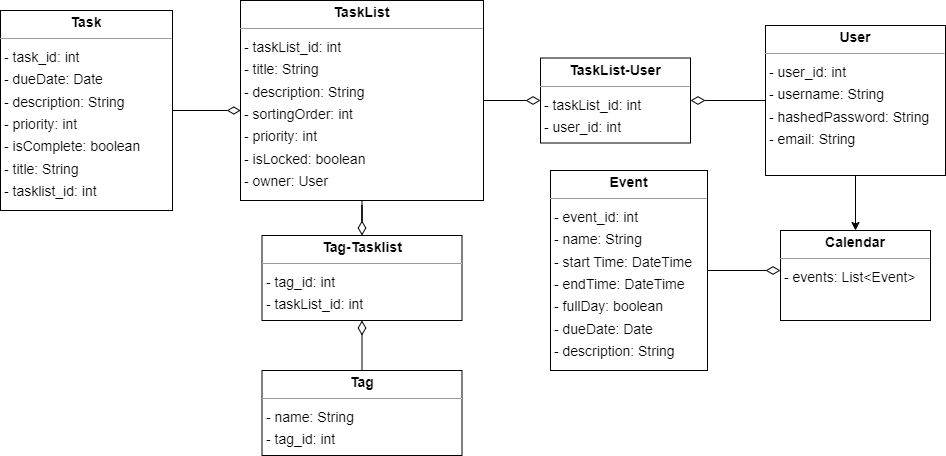
Before: pictures/Datenmodell.png, a diagram exported from draw.io (2324-syp-3ahif/Project-LAMP). Source tidied: cells renumbered, new cells last; positions are measured from the earlier drawing's top-left corner, leaving out a move shared by most shapes.
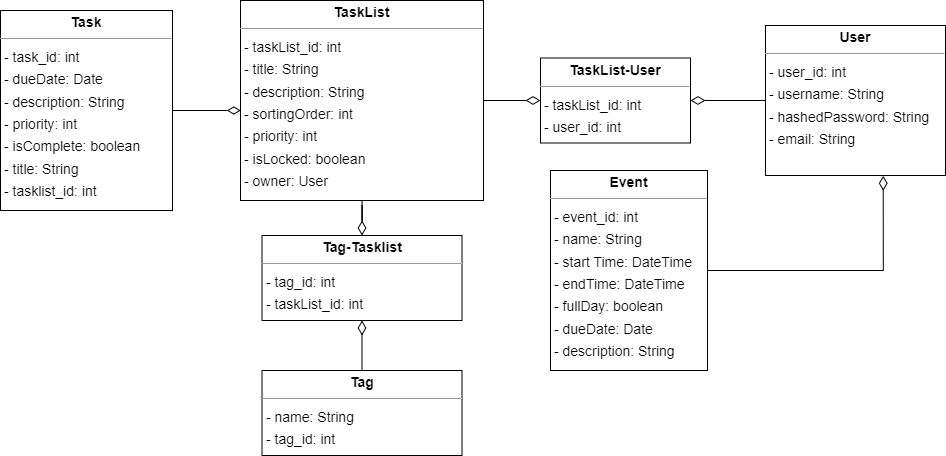
The same file after the commit.

Commit message:
fixed issue with data model

Change to the diagram source:
```diff
@@ -2,14 +2,6 @@
   <root>
     <mxCell id="0" />
     <mxCell id="1" parent="0" />
-    <mxCell id="2" value="&lt;p style=&quot;margin:0px;margin-top:4px;text-align:center;&quot;&gt;&lt;b&gt;Calendar&lt;/b&gt;&lt;/p&gt;&lt;hr size=&quot;1&quot;&gt;&lt;p style=&quot;margin:0 0 0 4px;line-height:1.6;&quot;&gt;&lt;/p&gt;&lt;p style=&quot;margin:0 0 0 4px;line-height:1.6;&quot;&gt;- events: List&amp;lt;Event&amp;gt;&lt;/p&gt;" style="verticalAlign=top;align=left;overflow=fill;fontSize=14;fontFamily=Helvetica;html=1;rounded=0;shadow=0;comic=0;labelBackgroundColor=none;strokeWidth=1;" parent="1" vertex="1">
-      <mxGeometry x="780" y="230" width="150" height="90" as="geometry" />
-    </mxCell>
-    <mxCell id="3" style="edgeStyle=orthogonalEdgeStyle;rounded=0;jettySize=auto;html=1;endArrow=diamondThin;endFill=0;endSize=12;" parent="1" edge="1" source="4">
-      <mxGeometry relative="1" as="geometry">
-        <mxPoint x="780" y="270" as="targetPoint" />
-      </mxGeometry>
-    </mxCell>
     <mxCell id="4" value="&lt;p style=&quot;margin:0px;margin-top:4px;text-align:center;&quot;&gt;&lt;b&gt;Event&lt;/b&gt;&lt;/p&gt;&lt;hr size=&quot;1&quot;&gt;&lt;p style=&quot;margin:0 0 0 4px;line-height:1.6;&quot;&gt;&lt;/p&gt;&lt;p style=&quot;margin:0 0 0 4px;line-height:1.6;&quot;&gt;- event_id: int&lt;/p&gt;&lt;p style=&quot;margin:0 0 0 4px;line-height:1.6;&quot;&gt;- name: String&lt;/p&gt;&lt;p style=&quot;margin:0 0 0 4px;line-height:1.6;&quot;&gt;- start Time: DateTime&lt;/p&gt;&lt;p style=&quot;margin:0 0 0 4px;line-height:1.6;&quot;&gt;- endTime: DateTime&lt;/p&gt;&lt;p style=&quot;margin:0 0 0 4px;line-height:1.6;&quot;&gt;- fullDay: boolean&lt;br&gt;- dueDate: Date&lt;br&gt;- description: String&lt;/p&gt;" style="verticalAlign=top;align=left;overflow=fill;fontSize=14;fontFamily=Helvetica;html=1;rounded=0;shadow=0;comic=0;labelBackgroundColor=none;strokeWidth=1;" parent="1" vertex="1">
       <mxGeometry x="550" y="170" width="157" height="200" as="geometry" />
     </mxCell>
@@ -34,9 +26,6 @@
     <mxCell id="11" style="edgeStyle=orthogonalEdgeStyle;rounded=0;jettySize=auto;html=1;endSize=12;endArrow=diamondThin;endFill=0;" parent="1" edge="1" source="13" target="16">
       <mxGeometry relative="1" as="geometry" />
     </mxCell>
-    <mxCell id="12" style="edgeStyle=orthogonalEdgeStyle;rounded=0;jettySize=auto;html=1;" parent="1" edge="1" source="13" target="2">
-      <mxGeometry relative="1" as="geometry" />
-    </mxCell>
     <mxCell id="13" value="&lt;p style=&quot;margin:0px;margin-top:4px;text-align:center;&quot;&gt;&lt;b&gt;User&lt;/b&gt;&lt;/p&gt;&lt;hr size=&quot;1&quot;&gt;&lt;p style=&quot;margin:0 0 0 4px;line-height:1.6;&quot;&gt;&lt;/p&gt;&lt;p style=&quot;margin:0 0 0 4px;line-height:1.6;&quot;&gt;- user_id: int&lt;br&gt;- username: String&lt;/p&gt;&lt;p style=&quot;margin:0 0 0 4px;line-height:1.6;&quot;&gt;- hashedPassword: String&lt;/p&gt;&lt;p style=&quot;margin:0 0 0 4px;line-height:1.6;&quot;&gt;- email: String&lt;/p&gt;" style="verticalAlign=top;align=left;overflow=fill;fontSize=14;fontFamily=Helvetica;html=1;rounded=0;shadow=0;comic=0;labelBackgroundColor=none;strokeWidth=1;" parent="1" vertex="1">
       <mxGeometry x="765" y="25" width="180" height="150" as="geometry" />
     </mxCell>
@@ -49,5 +38,8 @@
     <mxCell id="16" value="&lt;p style=&quot;margin:0px;margin-top:4px;text-align:center;&quot;&gt;&lt;b&gt;TaskList-User&lt;/b&gt;&lt;/p&gt;&lt;hr size=&quot;1&quot;&gt;&lt;p style=&quot;margin:0 0 0 4px;line-height:1.6;&quot;&gt;&lt;/p&gt;&lt;p style=&quot;margin:0 0 0 4px;line-height:1.6;&quot;&gt;- taskList_id: int&lt;br&gt;- user_id: int&lt;/p&gt;" style="verticalAlign=top;align=left;overflow=fill;fontSize=14;fontFamily=Helvetica;html=1;rounded=0;shadow=0;comic=0;labelBackgroundColor=none;strokeWidth=1;" parent="1" vertex="1">
       <mxGeometry x="540" y="57.5" width="150" height="85" as="geometry" />
     </mxCell>
+    <mxCell id="17" style="edgeStyle=orthogonalEdgeStyle;rounded=0;jettySize=auto;html=1;entryX=0.654;entryY=1.002;entryDx=0;entryDy=0;entryPerimeter=0;endArrow=diamondThin;endFill=0;endSize=12;" parent="1" edge="1" source="4" target="13">
+      <mxGeometry relative="1" as="geometry" />
+    </mxCell>
   </root>
 </mxGraphModel>
```
